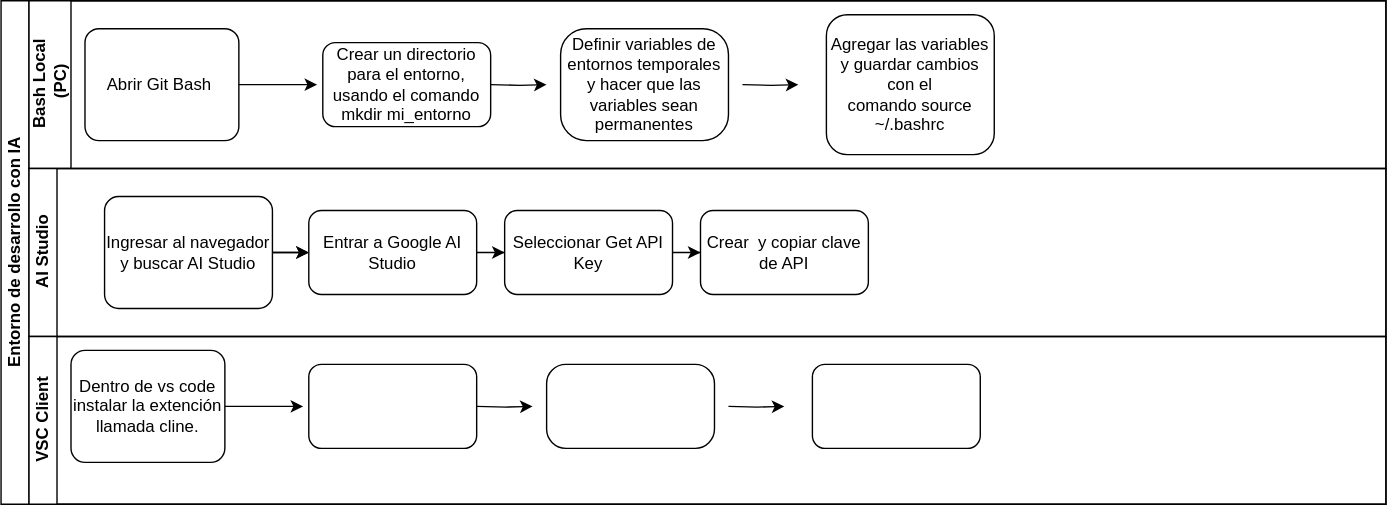
The draw.io diagram systems_analysis/eva2/crear-env-vars-gitbash-windows.drawio.svg in cdvelop/aiep, before a commit. Source tidied: cells renumbered, new cells last; positions are measured from the earlier drawing's top-left corner, leaving out a move shared by most shapes.
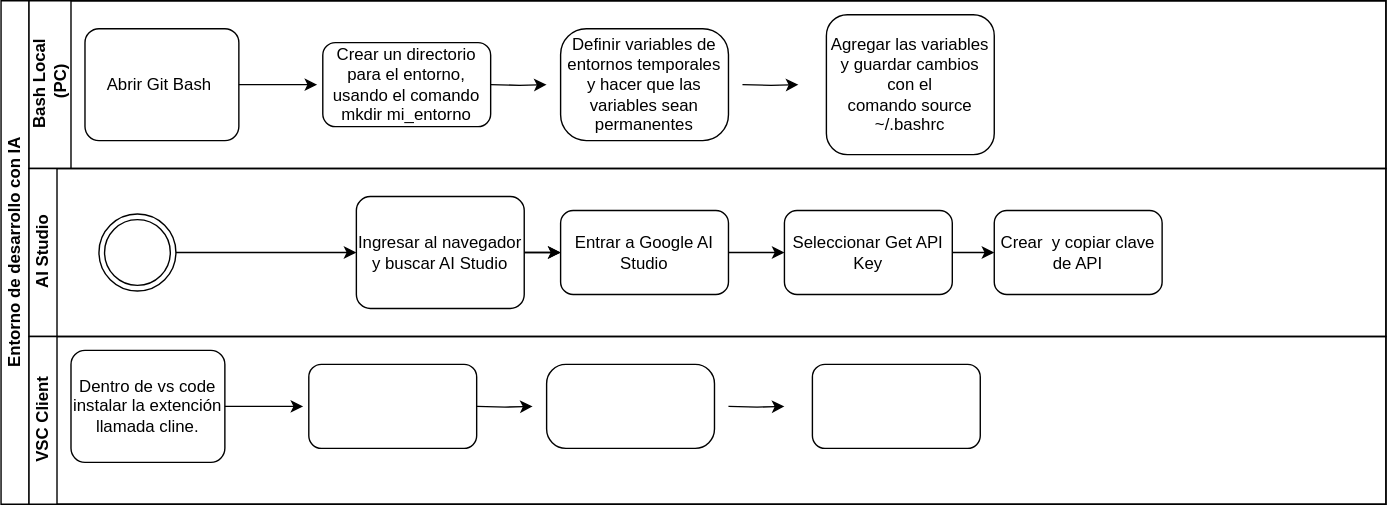
After the commit.

Diff of the diagram source:
```diff
@@ -30,23 +30,29 @@
       <mxGeometry relative="1" as="geometry" />
     </mxCell>
     <mxCell id="11" value="Ingresar al navegador y buscar AI Studio" style="points=[[0.25,0,0],[0.5,0,0],[0.75,0,0],[1,0.25,0],[1,0.5,0],[1,0.75,0],[0.75,1,0],[0.5,1,0],[0.25,1,0],[0,0.75,0],[0,0.5,0],[0,0.25,0]];shape=mxgraph.bpmn.task2;whiteSpace=wrap;rectStyle=rounded;size=10;html=1;taskMarker=abstract;" parent="8" vertex="1">
-      <mxGeometry x="54" y="20" width="120" height="80" as="geometry" />
+      <mxGeometry x="234" y="20" width="120" height="80" as="geometry" />
     </mxCell>
     <mxCell id="12" style="edgeStyle=orthogonalEdgeStyle;rounded=0;jettySize=auto;html=1;" parent="8" edge="1" source="13" target="15">
       <mxGeometry relative="1" as="geometry" />
     </mxCell>
     <mxCell id="13" value="Entrar a Google AI Studio" style="rounded=1;whiteSpace=wrap;html=1;" parent="8" vertex="1">
-      <mxGeometry x="200" y="30" width="120" height="60" as="geometry" />
+      <mxGeometry x="380" y="30" width="120" height="60" as="geometry" />
     </mxCell>
     <mxCell id="14" style="edgeStyle=orthogonalEdgeStyle;rounded=0;jettySize=auto;html=1;" parent="8" edge="1" source="15" target="16">
       <mxGeometry relative="1" as="geometry" />
     </mxCell>
     <mxCell id="15" value="Seleccionar Get API Key" style="rounded=1;whiteSpace=wrap;html=1;" parent="8" vertex="1">
-      <mxGeometry x="340" y="30" width="120" height="60" as="geometry" />
+      <mxGeometry x="540" y="30" width="120" height="60" as="geometry" />
     </mxCell>
     <mxCell id="16" value="Crear&amp;nbsp; y copiar clave de API" style="rounded=1;whiteSpace=wrap;html=1;" parent="8" vertex="1">
-      <mxGeometry x="480" y="30" width="120" height="60" as="geometry" />
+      <mxGeometry x="690" y="30" width="120" height="60" as="geometry" />
     </mxCell>
+    <mxCell id="28" style="edgeStyle=orthogonalEdgeStyle;rounded=0;jettySize=auto;html=1;entryX=0;entryY=0.5;entryDx=0;entryDy=0;entryPerimeter=0;" parent="8" edge="1" source="29" target="11">
+      <mxGeometry relative="1" as="geometry" />
+    </mxCell>
+    <mxCell id="29" style="ellipse;shape=doubleEllipse;whiteSpace=wrap;html=1;" parent="8" vertex="1">
+      <mxGeometry x="50" y="32.5" width="55" height="55" as="geometry" />
+    </mxCell>
     <mxCell id="17" value="VSC Client" style="swimlane;html=1;startSize=20;horizontal=0;" parent="2" vertex="1">
       <mxGeometry x="20" y="240" width="970" height="120" as="geometry" />
     </mxCell>
```
